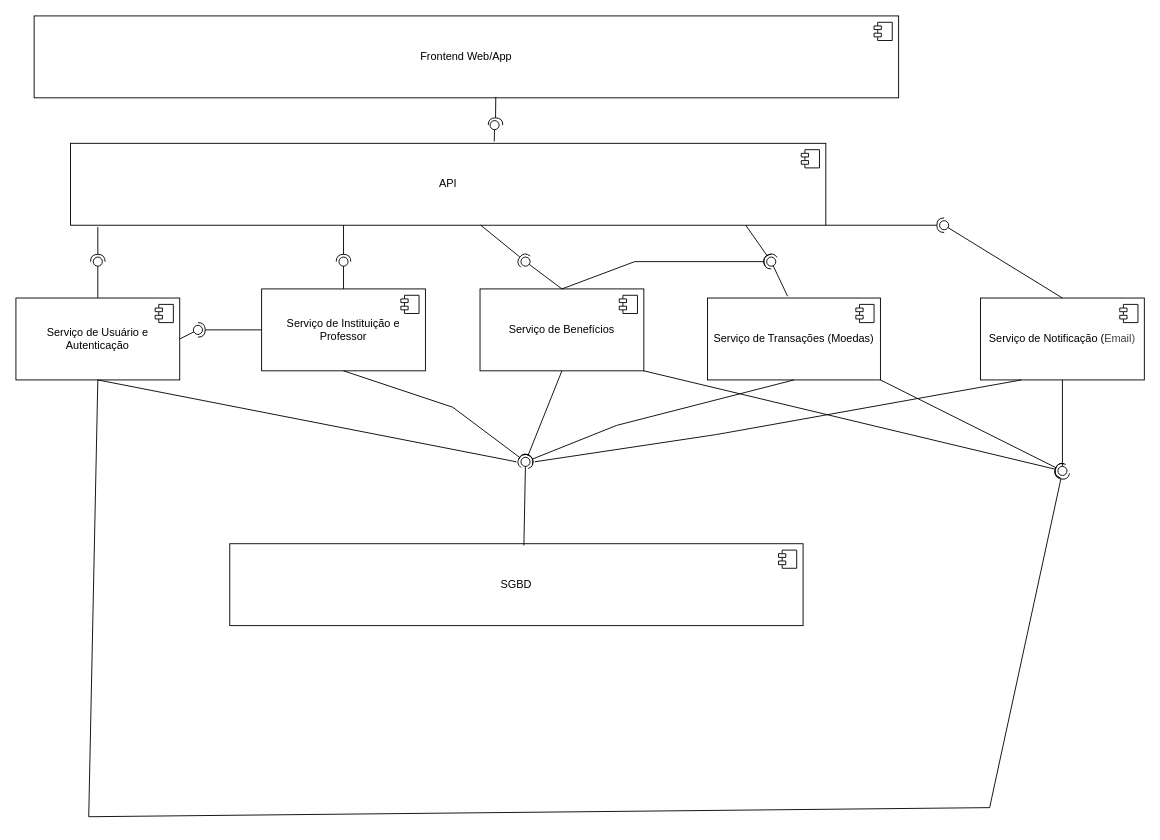
Before: projeto/DiagramaDeComponentes.drawio in Puc-Minas-activities-organization/Sistema-de-Moeda-Estudantil, a draw.io diagram. Source tidied: cells renumbered, new cells numbered last; positions are measured from the earlier drawing's top-left corner, leaving out a move shared by most shapes. Both pictures are drawn from the tidied source at 91%, with x=0, y=0 at pixel (15, 15).
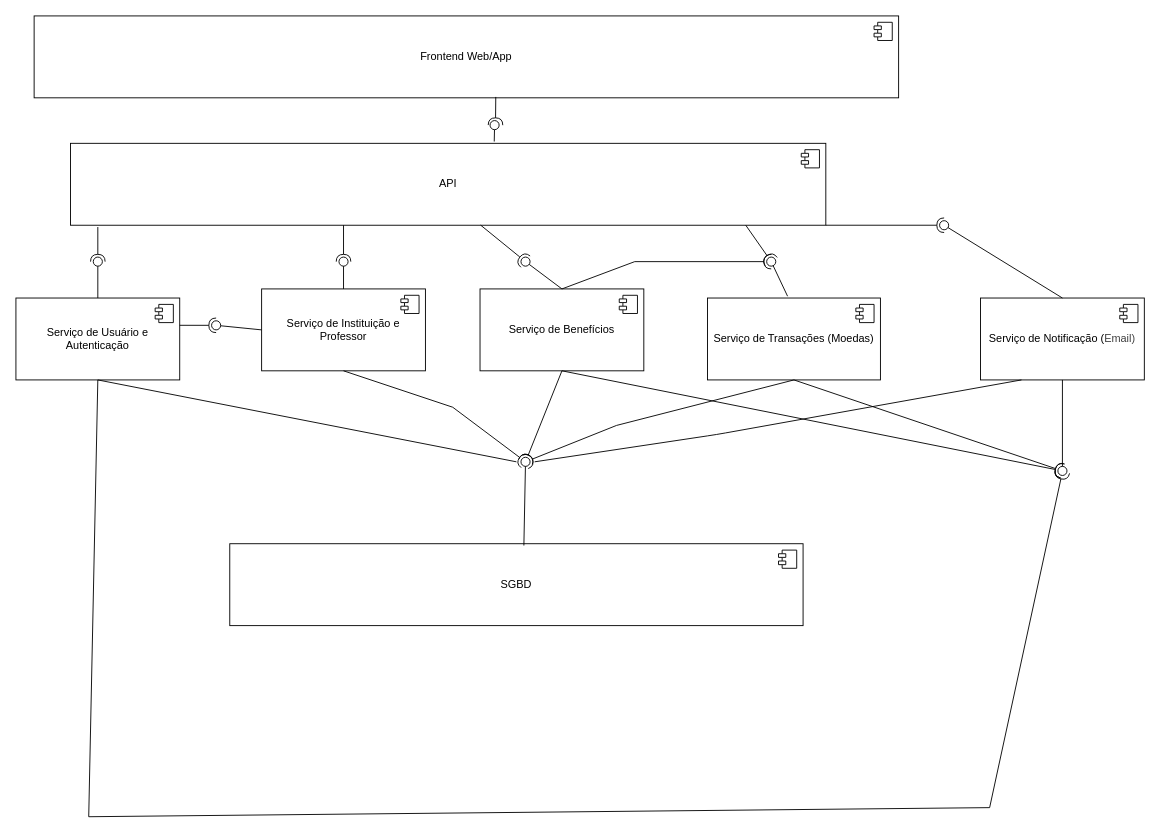
The same page after the edit.

Commit message (it also covers changes not shown here):
diagrama de componente atualizado

The change refers to these unchanged cells:
```xml
<mxCell id="6" value="Serviço de&amp;nbsp;&lt;span style=&quot;color: rgb(0, 0, 0);&quot;&gt;Usuário e Autenticação&lt;/span&gt;" style="html=1;whiteSpace=wrap;" parent="1" vertex="1">
  <mxGeometry y="310" width="180" height="90" as="geometry" />
</mxCell>
<mxCell id="8" value="Serviço de Instituição e Professor" style="html=1;whiteSpace=wrap;" parent="1" vertex="1">
  <mxGeometry x="270" y="300" width="180" height="90" as="geometry" />
</mxCell>
<mxCell id="10" value="Serviço de Transações (Moedas)" style="html=1;whiteSpace=wrap;" parent="1" vertex="1">
  <mxGeometry x="760" y="310" width="190" height="90" as="geometry" />
</mxCell>
<mxCell id="14" value="&lt;span style=&quot;color: rgb(0, 0, 0); font-weight: 400;&quot;&gt;Serviço de Benefícios&lt;/span&gt;" style="html=1;whiteSpace=wrap;fontStyle=1;" parent="1" vertex="1">
  <mxGeometry x="510" y="300" width="180" height="90" as="geometry" />
</mxCell>
```

The edit, as a diff of the source:
```diff
@@
-    <mxCell id="39" style="rounded=0;jettySize=auto;html=1;endArrow=oval;endFill=0;sketch=0;sourcePerimeterSpacing=0;targetPerimeterSpacing=0;endSize=10;exitX=1;exitY=0.5;exitDx=0;exitDy=0;" parent="1" edge="1" source="6">
-      <mxGeometry relative="1" as="geometry">
-        <mxPoint x="200" y="345" as="targetPoint" />
-      </mxGeometry>
-    </mxCell>
-    <mxCell id="40" style="rounded=0;jettySize=auto;html=1;endArrow=halfCircle;endFill=0;endSize=6;strokeWidth=1;sketch=0;exitX=0;exitY=0.5;exitDx=0;exitDy=0;" parent="1" edge="1" source="8">
-      <mxGeometry relative="1" as="geometry">
-        <mxPoint x="200" y="345" as="targetPoint" />
-      </mxGeometry>
-    </mxCell>
@@
-    <mxCell id="43" style="rounded=0;jettySize=auto;html=1;endArrow=halfCircle;endFill=0;endSize=6;strokeWidth=1;sketch=0;exitX=1;exitY=1;exitDx=0;exitDy=0;" parent="1" edge="1" source="10">
+    <mxCell id="43" style="rounded=0;jettySize=auto;html=1;endArrow=halfCircle;endFill=0;endSize=6;strokeWidth=1;sketch=0;exitX=0.5;exitY=1;exitDx=0;exitDy=0;" parent="1" edge="1" source="10">
       <mxGeometry relative="1" as="geometry">
         <mxPoint x="1150" y="500" as="targetPoint" />
       </mxGeometry>
     </mxCell>
@@
-    <mxCell id="45" style="rounded=0;jettySize=auto;html=1;endArrow=halfCircle;endFill=0;endSize=6;strokeWidth=1;sketch=0;exitX=1;exitY=1;exitDx=0;exitDy=0;" parent="1" edge="1" source="14">
+    <mxCell id="45" style="rounded=0;jettySize=auto;html=1;endArrow=halfCircle;endFill=0;endSize=6;strokeWidth=1;sketch=0;exitX=0.5;exitY=1;exitDx=0;exitDy=0;" parent="1" edge="1" source="14">
       <mxGeometry relative="1" as="geometry">
         <mxPoint x="1150" y="500" as="targetPoint" />
       </mxGeometry>
     </mxCell>
+    <mxCell id="46" style="rounded=0;jettySize=auto;html=1;endArrow=halfCircle;endFill=0;endSize=6;strokeWidth=1;sketch=0;exitX=1;exitY=0.333;exitDx=0;exitDy=0;exitPerimeter=0;" parent="1" edge="1" source="6">
+      <mxGeometry relative="1" as="geometry">
+        <mxPoint x="220" y="340" as="targetPoint" />
+      </mxGeometry>
+    </mxCell>
+    <mxCell id="47" style="rounded=0;jettySize=auto;html=1;endArrow=oval;endFill=0;sketch=0;sourcePerimeterSpacing=0;targetPerimeterSpacing=0;endSize=10;exitX=0;exitY=0.5;exitDx=0;exitDy=0;" parent="1" edge="1" source="8">
+      <mxGeometry relative="1" as="geometry">
+        <mxPoint x="220" y="340" as="targetPoint" />
+      </mxGeometry>
+    </mxCell>
```
